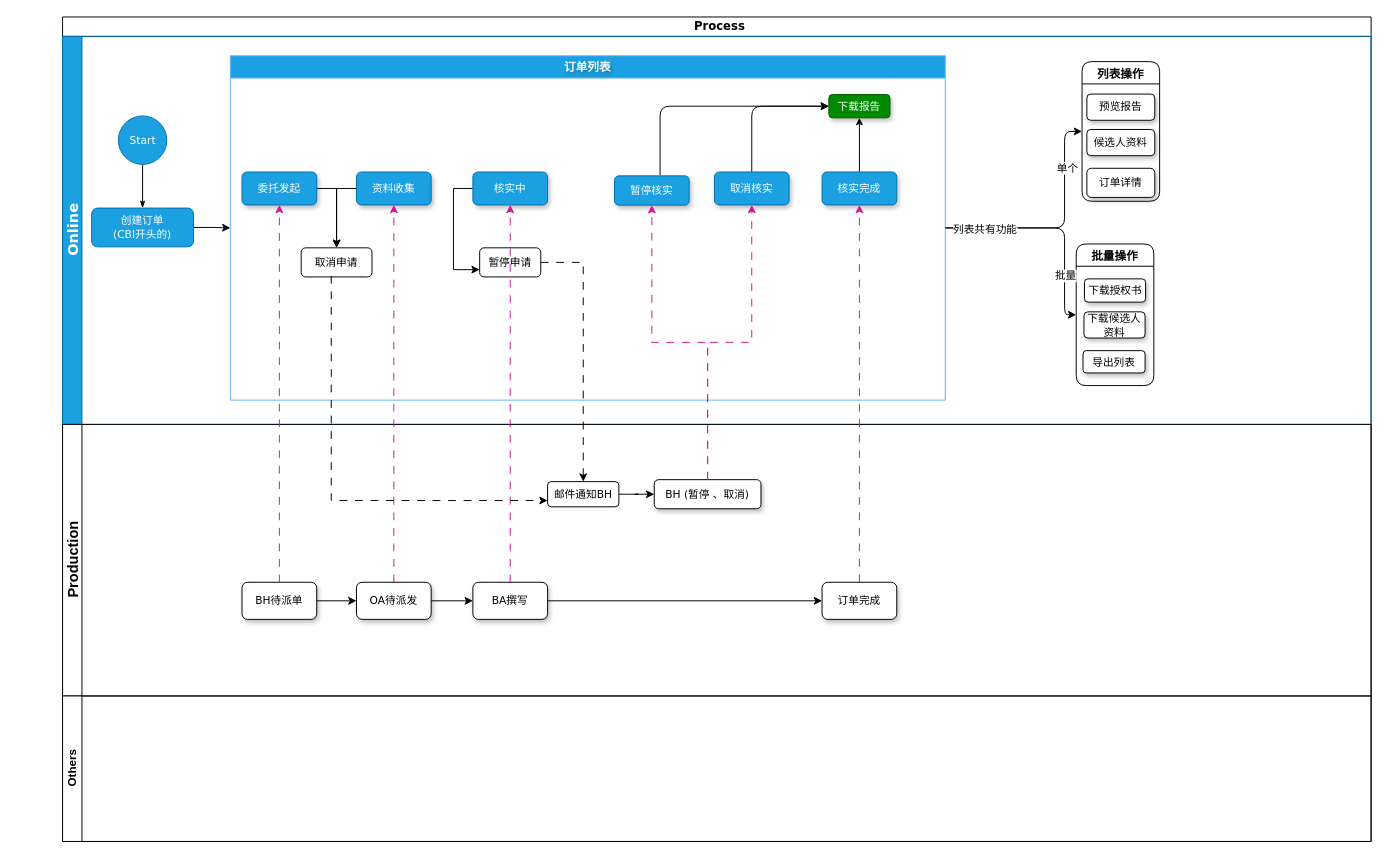
The draw.io diagram 3.drawio in romon-liangbo/draw, before the edit. Source tidied: cells renumbered, new cells numbered last; positions are measured from the earlier drawing's top-left corner, leaving out a move shared by most shapes. Both pictures are drawn from the tidied source at 97%, with x=0, y=0 at pixel (62, 16).
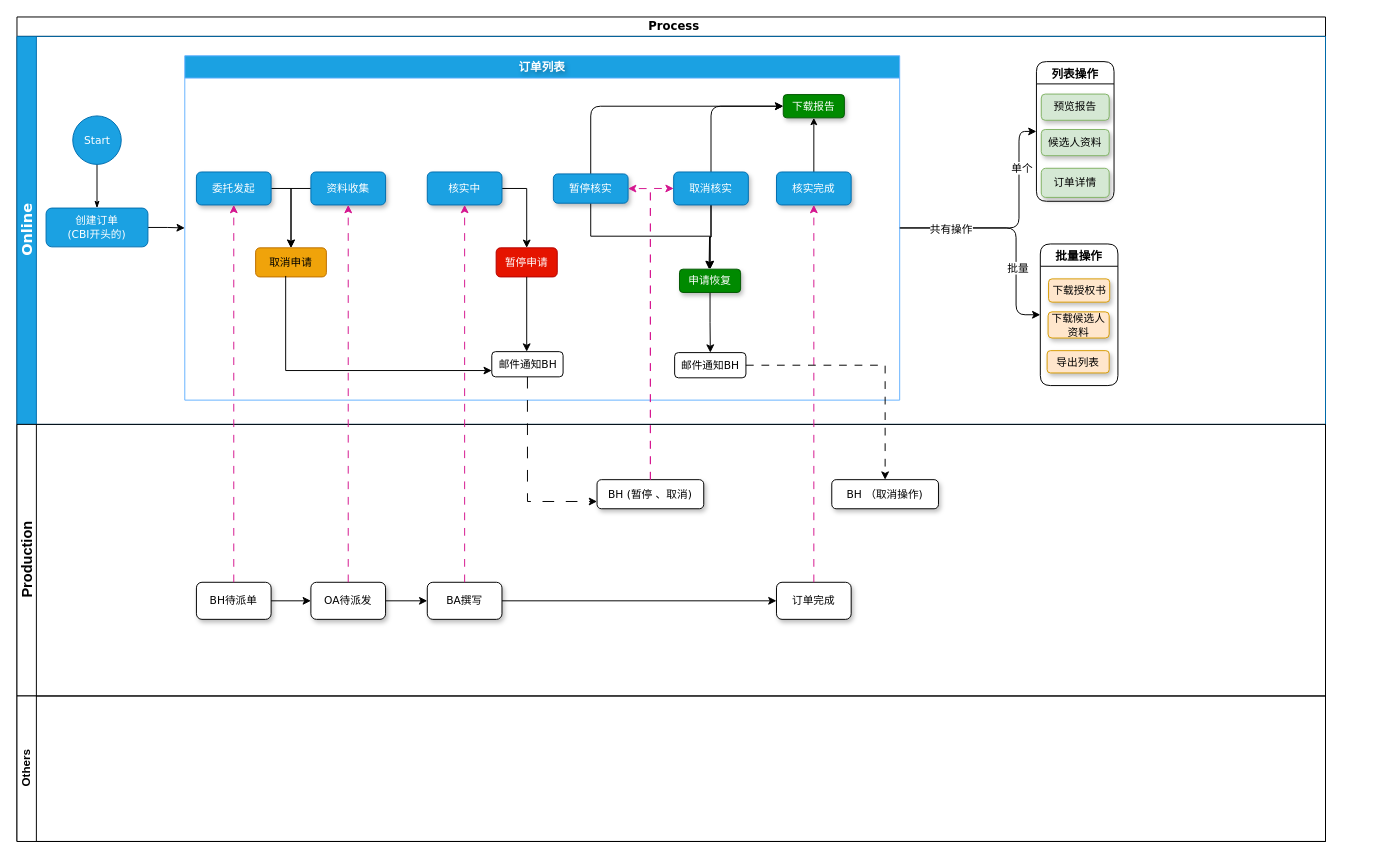
The same diagram, later.

Unchanged cells that the change refers to:
```xml
<mxCell id="4" value="&lt;p style=&quot;line-height: 100%;&quot;&gt;列表操作&lt;/p&gt;" style="swimlane;whiteSpace=wrap;html=1;rounded=1;shadow=0;" parent="3" vertex="1">
  <mxGeometry x="1051" y="26" width="80" height="144" as="geometry" />
</mxCell>
<mxCell id="14" value="订单列表" style="swimlane;whiteSpace=wrap;fillColor=#1ba1e2;strokeColor=#66B2FF;fontColor=#ffffff;labelBackgroundColor=none;textShadow=1;html=1;perimeterSpacing=0;" parent="3" vertex="1">
  <mxGeometry x="173" y="20" width="737" height="355" as="geometry" />
</mxCell>
<mxCell id="20" value="核实中" style="rounded=1;whiteSpace=wrap;html=1;shadow=1;labelBackgroundColor=none;strokeWidth=1;fontFamily=Verdana;fontSize=11;align=center;fillColor=#1ba1e2;fontColor=#ffffff;strokeColor=#006EAF;" parent="14" vertex="1">
  <mxGeometry x="250" y="119.8" width="77" height="34" as="geometry" />
</mxCell>
<mxCell id="29" value="下载报告" style="rounded=1;whiteSpace=wrap;html=1;shadow=1;labelBackgroundColor=none;strokeWidth=1;fontFamily=Verdana;fontSize=11;align=center;fillColor=#008a00;strokeColor=#005700;fontColor=#ffffff;" parent="14" vertex="1">
  <mxGeometry x="617" y="40" width="63" height="24" as="geometry" />
</mxCell>
<mxCell id="30" value="&lt;font style=&quot;font-size: 15px;&quot;&gt;Production&lt;/font&gt;" style="swimlane;html=1;startSize=20;horizontal=0;" parent="2" vertex="1">
  <mxGeometry y="420" width="1349" height="280" as="geometry" />
</mxCell>
```

The edit, as a diff of the source:
```diff
@@
     <mxCell id="2" value="&amp;nbsp;Process" style="swimlane;html=1;horizontal=1;startSize=20;rounded=0;shadow=0;labelBackgroundColor=default;strokeWidth=1;fontFamily=Verdana;fontSize=12;align=center;" parent="1" vertex="1">
-      <mxGeometry width="1349" height="850" as="geometry" />
+      <mxGeometry x="-47" width="1349" height="850" as="geometry" />
     </mxCell>
-    <mxCell id="3" value="&lt;font face=&quot;Verdana&quot; style=&quot;font-size: 15px;&quot;&gt;&lt;b style=&quot;&quot;&gt;Online&lt;/b&gt;&lt;/font&gt;" style="swimlane;html=1;startSize=20;horizontal=0;fontSize=12;fontStyle=0;fillColor=#1ba1e2;strokeColor=#006EAF;fontColor=#ffffff;fillStyle=auto;" parent="2" vertex="1">
+    <mxCell id="3" value="&lt;font face=&quot;Verdana&quot; style=&quot;font-size: 15px;&quot;&gt;&lt;b style=&quot;&quot;&gt;Online&lt;/b&gt;&lt;/font&gt;" style="swimlane;html=1;startSize=20;horizontal=0;fontSize=12;fontStyle=0;fillColor=#1ba1e2;strokeColor=#006EAF;fontColor=#ffffff;fillStyle=auto;rounded=0;" parent="2" vertex="1">
       <mxGeometry y="20" width="1349" height="400" as="geometry" />
     </mxCell>
@@
-    <mxCell id="5" value="&lt;p style=&quot;line-height: 110%;&quot;&gt;预览报告&lt;/p&gt;" style="rounded=1;whiteSpace=wrap;html=1;shadow=1;labelBackgroundColor=none;strokeWidth=1;fontFamily=Verdana;fontSize=11;align=center;" parent="4" vertex="1">
+    <mxCell id="5" value="&lt;p style=&quot;line-height: 110%;&quot;&gt;预览报告&lt;/p&gt;" style="rounded=1;whiteSpace=wrap;html=1;shadow=1;labelBackgroundColor=none;strokeWidth=1;fontFamily=Verdana;fontSize=11;align=center;fillColor=#d5e8d4;strokeColor=#82b366;" parent="4" vertex="1">
       <mxGeometry x="5" y="33.5" width="70" height="27" as="geometry" />
     </mxCell>
-    <mxCell id="6" value="候选人资料" style="rounded=1;whiteSpace=wrap;html=1;shadow=1;labelBackgroundColor=none;strokeWidth=1;fontFamily=Verdana;fontSize=11;align=center;" parent="4" vertex="1">
+    <mxCell id="6" value="候选人资料" style="rounded=1;whiteSpace=wrap;html=1;shadow=1;labelBackgroundColor=none;strokeWidth=1;fontFamily=Verdana;fontSize=11;align=center;fillColor=#d5e8d4;strokeColor=#82b366;" parent="4" vertex="1">
       <mxGeometry x="5" y="70" width="70" height="27" as="geometry" />
     </mxCell>
-    <mxCell id="7" value="&lt;p style=&quot;line-height: 100%;&quot;&gt;订单详情&lt;/p&gt;" style="rounded=1;whiteSpace=wrap;html=1;shadow=1;labelBackgroundColor=none;strokeWidth=1;fontFamily=Verdana;fontSize=11;align=center;" parent="4" vertex="1">
+    <mxCell id="7" value="&lt;p style=&quot;line-height: 100%;&quot;&gt;订单详情&lt;/p&gt;" style="rounded=1;whiteSpace=wrap;html=1;shadow=1;labelBackgroundColor=none;strokeWidth=1;fontFamily=Verdana;fontSize=11;align=center;fillColor=#d5e8d4;strokeColor=#82b366;" parent="4" vertex="1">
       <mxGeometry x="5" y="110" width="70" height="30" as="geometry" />
     </mxCell>
@@
-    <mxCell id="19" style="edgeStyle=orthogonalEdgeStyle;rounded=0;jettySize=auto;html=1;entryX=0;entryY=0.75;entryDx=0;entryDy=0;exitX=0;exitY=0.5;exitDx=0;exitDy=0;" parent="14" edge="1" source="20" target="28">
-      <mxGeometry relative="1" as="geometry">
-        <Array as="points">
-          <mxPoint x="230" y="137" />
-          <mxPoint x="230" y="221" />
-        </Array>
-      </mxGeometry>
+    <mxCell id="19" style="edgeStyle=orthogonalEdgeStyle;rounded=0;jettySize=auto;html=1;exitX=1;exitY=0.5;exitDx=0;exitDy=0;" parent="14" edge="1" source="20" target="28">
+      <mxGeometry relative="1" as="geometry" />
     </mxCell>
@@
-    <mxCell id="21" style="edgeStyle=orthogonalEdgeStyle;rounded=1;jettySize=auto;html=1;entryX=0;entryY=0.5;entryDx=0;entryDy=0;exitX=0.61;exitY=-0.025;exitDx=0;exitDy=0;exitPerimeter=0;curved=0;" parent="14" edge="1" source="22" target="29">
+    <mxCell id="21" style="edgeStyle=orthogonalEdgeStyle;rounded=1;jettySize=auto;html=1;entryX=0;entryY=0.5;entryDx=0;entryDy=0;curved=0;exitX=0.5;exitY=0;exitDx=0;exitDy=0;" parent="14" edge="1" source="22" target="29">
       <mxGeometry relative="1" as="geometry" />
     </mxCell>
+    <mxCell id="57" style="edgeStyle=orthogonalEdgeStyle;rounded=0;jettySize=auto;html=1;entryX=0.5;entryY=0;entryDx=0;entryDy=0;exitX=0.5;exitY=1;exitDx=0;exitDy=0;" parent="14" edge="1" source="22" target="62">
+      <mxGeometry relative="1" as="geometry" />
+    </mxCell>
     <mxCell id="22" value="暂停核实" style="rounded=1;whiteSpace=wrap;html=1;shadow=1;labelBackgroundColor=none;strokeWidth=1;fontFamily=Verdana;fontSize=11;align=center;fillColor=#1ba1e2;fontColor=#ffffff;strokeColor=#006EAF;" parent="14" vertex="1">
-      <mxGeometry x="396" y="123.8" width="77" height="30.2" as="geometry" />
+      <mxGeometry x="380" y="121.8" width="77" height="30.2" as="geometry" />
     </mxCell>
@@
+    <mxCell id="58" style="edgeStyle=orthogonalEdgeStyle;rounded=0;jettySize=auto;html=1;" parent="14" edge="1" source="24">
+      <mxGeometry relative="1" as="geometry">
+        <mxPoint x="540.5" y="220" as="targetPoint" />
+      </mxGeometry>
+    </mxCell>
+    <mxCell id="59" style="edgeStyle=orthogonalEdgeStyle;rounded=0;jettySize=auto;html=1;entryX=0.5;entryY=0;entryDx=0;entryDy=0;" parent="14" edge="1" source="24" target="62">
+      <mxGeometry relative="1" as="geometry" />
+    </mxCell>
     <mxCell id="24" value="取消核实" style="rounded=1;whiteSpace=wrap;html=1;shadow=1;labelBackgroundColor=none;strokeWidth=1;fontFamily=Verdana;fontSize=11;align=center;fillColor=#1ba1e2;fontColor=#ffffff;strokeColor=#006EAF;" parent="14" vertex="1">
-      <mxGeometry x="499" y="119.8" width="77" height="34" as="geometry" />
+      <mxGeometry x="504" y="119.8" width="77" height="34" as="geometry" />
     </mxCell>
@@
-    <mxCell id="27" value="取消申请" style="rounded=1;whiteSpace=wrap;html=1;shadow=0;labelBackgroundColor=none;strokeWidth=1;fontFamily=Verdana;fontSize=11;align=center;glass=0;" parent="14" vertex="1">
+    <mxCell id="27" value="取消申请" style="rounded=1;whiteSpace=wrap;html=1;shadow=0;labelBackgroundColor=none;strokeWidth=1;fontFamily=Verdana;fontSize=11;align=center;glass=0;fillColor=#f0a30a;fontColor=#000000;strokeColor=#BD7000;" parent="14" vertex="1">
       <mxGeometry x="73" y="198" width="73" height="30" as="geometry" />
     </mxCell>
-    <mxCell id="28" value="暂停申请" style="rounded=1;whiteSpace=wrap;html=1;shadow=0;labelBackgroundColor=none;strokeWidth=1;fontFamily=Verdana;fontSize=11;align=center;" parent="14" vertex="1">
-      <mxGeometry x="257" y="198" width="63" height="30" as="geometry" />
+    <mxCell id="28" value="暂停申请" style="rounded=1;whiteSpace=wrap;html=1;shadow=0;labelBackgroundColor=none;strokeWidth=1;fontFamily=Verdana;fontSize=11;align=center;fillColor=#e51400;fontColor=#ffffff;strokeColor=#B20000;" parent="14" vertex="1">
+      <mxGeometry x="321" y="198" width="63" height="30" as="geometry" />
     </mxCell>
@@
+    <mxCell id="60" value="邮件通知BH" style="whiteSpace=wrap;html=1;fontSize=11;fontFamily=Verdana;rounded=1;shadow=0;labelBackgroundColor=none;strokeWidth=1;glass=0;" parent="14" vertex="1">
+      <mxGeometry x="505" y="306" width="73.5" height="26" as="geometry" />
+    </mxCell>
+    <mxCell id="35" value="邮件通知BH" style="whiteSpace=wrap;html=1;fontSize=11;fontFamily=Verdana;rounded=1;shadow=0;labelBackgroundColor=none;strokeWidth=1;glass=0;" parent="14" vertex="1">
+      <mxGeometry x="316.5" y="305" width="73.5" height="26" as="geometry" />
+    </mxCell>
+    <mxCell id="47" style="edgeStyle=orthogonalEdgeStyle;rounded=0;jettySize=auto;html=1;" parent="14" edge="1" source="28" target="35">
+      <mxGeometry relative="1" as="geometry">
+        <Array as="points">
+          <mxPoint x="350" y="213" />
+        </Array>
+      </mxGeometry>
+    </mxCell>
+    <mxCell id="46" style="edgeStyle=orthogonalEdgeStyle;rounded=0;jettySize=auto;html=1;entryX=0;entryY=0.75;entryDx=0;entryDy=0;exitX=0.425;exitY=0.967;exitDx=0;exitDy=0;exitPerimeter=0;" parent="14" edge="1" source="27" target="35">
+      <mxGeometry relative="1" as="geometry" />
+    </mxCell>
+    <mxCell id="61" style="edgeStyle=orthogonalEdgeStyle;rounded=0;jettySize=auto;html=1;" parent="14" edge="1" source="62" target="60">
+      <mxGeometry relative="1" as="geometry" />
+    </mxCell>
+    <mxCell id="62" value="申请恢复" style="rounded=1;whiteSpace=wrap;html=1;shadow=1;labelBackgroundColor=none;strokeWidth=1;fontFamily=Verdana;fontSize=11;align=center;fillColor=#008a00;strokeColor=#005700;fontColor=#ffffff;" parent="14" vertex="1">
+      <mxGeometry x="510" y="220" width="63" height="24" as="geometry" />
+    </mxCell>
@@
     <mxCell id="33" value="BH (暂停 、取消)" style="rounded=1;whiteSpace=wrap;html=1;shadow=1;labelBackgroundColor=none;strokeWidth=1;fontFamily=Verdana;fontSize=11;align=center;" parent="30" vertex="1">
-      <mxGeometry x="610" y="57" width="110" height="30" as="geometry" />
+      <mxGeometry x="598" y="57" width="110" height="30" as="geometry" />
     </mxCell>
-    <mxCell id="34" style="edgeStyle=orthogonalEdgeStyle;rounded=0;jettySize=auto;html=1;" parent="30" edge="1" source="35" target="33">
-      <mxGeometry relative="1" as="geometry" />
-    </mxCell>
-    <mxCell id="35" value="邮件通知BH" style="whiteSpace=wrap;html=1;fontSize=11;fontFamily=Verdana;rounded=1;shadow=0;labelBackgroundColor=none;strokeWidth=1;glass=0;" parent="30" vertex="1">
-      <mxGeometry x="500" y="59" width="73.5" height="26" as="geometry" />
-    </mxCell>
+    <mxCell id="63" value="BH （取消操作)" style="rounded=1;whiteSpace=wrap;html=1;shadow=1;labelBackgroundColor=none;strokeWidth=1;fontFamily=Verdana;fontSize=11;align=center;" parent="30" vertex="1">
+      <mxGeometry x="840" y="57" width="110" height="30" as="geometry" />
+    </mxCell>
@@
-    <mxCell id="46" style="edgeStyle=orthogonalEdgeStyle;rounded=0;jettySize=auto;html=1;entryX=0;entryY=0.75;entryDx=0;entryDy=0;exitX=0.425;exitY=0.967;exitDx=0;exitDy=0;exitPerimeter=0;dashed=1;dashPattern=8 8;" parent="2" edge="1" source="27" target="35">
-      <mxGeometry relative="1" as="geometry" />
-    </mxCell>
-    <mxCell id="47" style="edgeStyle=orthogonalEdgeStyle;rounded=0;jettySize=auto;html=1;dashed=1;dashPattern=8 8;" parent="2" edge="1" source="28" target="35">
-      <mxGeometry relative="1" as="geometry" />
-    </mxCell>
-    <mxCell id="48" style="edgeStyle=orthogonalEdgeStyle;rounded=0;jettySize=auto;html=1;strokeColor=#d5158f;dashed=1;dashPattern=8 8;fillColor=#f8cecc;align=center;verticalAlign=middle;fontFamily=Helvetica;fontSize=11;fontColor=default;labelBackgroundColor=default;endArrow=classic;entryX=0.5;entryY=1;entryDx=0;entryDy=0;" parent="2" edge="1" source="33" target="24">
+    <mxCell id="48" style="edgeStyle=orthogonalEdgeStyle;rounded=0;jettySize=auto;html=1;strokeColor=#d5158f;dashed=1;dashPattern=8 8;fillColor=#f8cecc;align=center;verticalAlign=middle;fontFamily=Helvetica;fontSize=11;fontColor=default;labelBackgroundColor=default;endArrow=classic;entryX=0;entryY=0.5;entryDx=0;entryDy=0;" parent="2" edge="1" source="33" target="24">
       <mxGeometry relative="1" as="geometry" />
     </mxCell>
-    <mxCell id="49" style="edgeStyle=orthogonalEdgeStyle;rounded=0;jettySize=auto;html=1;dashed=1;dashPattern=8 8;strokeColor=#d5158f;align=center;verticalAlign=middle;fontFamily=Helvetica;fontSize=11;fontColor=default;labelBackgroundColor=default;endArrow=classic;exitX=0.5;exitY=0;exitDx=0;exitDy=0;entryX=0.5;entryY=1;entryDx=0;entryDy=0;" parent="2" edge="1" source="33" target="22">
+    <mxCell id="49" style="edgeStyle=orthogonalEdgeStyle;rounded=0;jettySize=auto;html=1;dashed=1;dashPattern=8 8;strokeColor=#d5158f;align=center;verticalAlign=middle;fontFamily=Helvetica;fontSize=11;fontColor=default;labelBackgroundColor=default;endArrow=classic;exitX=0.5;exitY=0;exitDx=0;exitDy=0;entryX=1;entryY=0.5;entryDx=0;entryDy=0;" parent="2" edge="1" source="33" target="22">
       <mxGeometry relative="1" as="geometry" />
     </mxCell>
+    <mxCell id="34" style="edgeStyle=orthogonalEdgeStyle;rounded=0;jettySize=auto;html=1;entryX=0;entryY=0.75;entryDx=0;entryDy=0;exitX=0.5;exitY=1;exitDx=0;exitDy=0;dashed=1;dashPattern=12 12;" parent="2" edge="1" source="35" target="33">
+      <mxGeometry relative="1" as="geometry" />
+    </mxCell>
+    <mxCell id="64" style="edgeStyle=orthogonalEdgeStyle;rounded=0;jettySize=auto;html=1;dashed=1;dashPattern=8 8;" parent="2" edge="1" source="60" target="63">
+      <mxGeometry relative="1" as="geometry" />
+    </mxCell>
     <mxCell id="50" value="&lt;p style=&quot;line-height: 100%;&quot;&gt;批量操作&lt;/p&gt;" style="swimlane;whiteSpace=wrap;html=1;startSize=23;rounded=1;shadow=0;" parent="1" vertex="1">
-      <mxGeometry x="1045" y="234" width="80" height="146" as="geometry" />
+      <mxGeometry x="1008" y="234" width="80" height="146" as="geometry" />
     </mxCell>
-    <mxCell id="51" value="下载候选人资料" style="rounded=1;whiteSpace=wrap;html=1;shadow=1;labelBackgroundColor=none;strokeWidth=1;fontFamily=Verdana;fontSize=11;align=center;" parent="50" vertex="1">
+    <mxCell id="51" value="下载候选人资料" style="rounded=1;whiteSpace=wrap;html=1;shadow=1;labelBackgroundColor=none;strokeWidth=1;fontFamily=Verdana;fontSize=11;align=center;fillColor=#ffe6cc;strokeColor=#d79b00;" parent="50" vertex="1">
       <mxGeometry x="8" y="70" width="63" height="27" as="geometry" />
     </mxCell>
-    <mxCell id="52" value="&lt;p style=&quot;line-height: 100%;&quot;&gt;导出列表&lt;/p&gt;" style="rounded=1;whiteSpace=wrap;html=1;shadow=1;labelBackgroundColor=none;strokeWidth=1;fontFamily=Verdana;fontSize=11;align=center;" parent="50" vertex="1">
+    <mxCell id="52" value="&lt;p style=&quot;line-height: 100%;&quot;&gt;导出列表&lt;/p&gt;" style="rounded=1;whiteSpace=wrap;html=1;shadow=1;labelBackgroundColor=none;strokeWidth=1;fontFamily=Verdana;fontSize=11;align=center;fillColor=#ffe6cc;strokeColor=#d79b00;" parent="50" vertex="1">
       <mxGeometry x="7" y="110" width="64" height="23" as="geometry" />
     </mxCell>
-    <mxCell id="53" value="&lt;p style=&quot;line-height: 100%;&quot;&gt;下载授权书&lt;/p&gt;" style="rounded=1;whiteSpace=wrap;html=1;shadow=1;labelBackgroundColor=none;strokeWidth=1;fontFamily=Verdana;fontSize=11;align=center;" parent="50" vertex="1">
+    <mxCell id="53" value="&lt;p style=&quot;line-height: 100%;&quot;&gt;下载授权书&lt;/p&gt;" style="rounded=1;whiteSpace=wrap;html=1;shadow=1;labelBackgroundColor=none;strokeWidth=1;fontFamily=Verdana;fontSize=11;align=center;fillColor=#ffe6cc;strokeColor=#d79b00;" parent="50" vertex="1">
       <mxGeometry x="8.5" y="36" width="63" height="24" as="geometry" />
     </mxCell>
     <mxCell id="54" style="edgeStyle=orthogonalEdgeStyle;rounded=1;jettySize=auto;html=1;entryX=0;entryY=0.5;entryDx=0;entryDy=0;curved=0;" parent="1" edge="1" source="14" target="50">
       <mxGeometry relative="1" as="geometry">
         <Array as="points">
-          <mxPoint x="1033" y="218" />
-          <mxPoint x="1033" y="307" />
+          <mxPoint x="983" y="218" />
+          <mxPoint x="983" y="307" />
         </Array>
       </mxGeometry>
     </mxCell>
-    <mxCell id="55" value="列表共有功能" style="edgeLabel;html=1;align=center;verticalAlign=middle;" parent="54" vertex="1">
-      <mxGeometry x="-0.64" relative="1" as="geometry">
-        <mxPoint y="1" as="offset" />
-      </mxGeometry>
-    </mxCell>
     <mxCell id="56" value="批量" style="edgeLabel;html=1;align=center;verticalAlign=middle;" parent="54" vertex="1">
-      <mxGeometry x="0.53" y="-1" relative="1" as="geometry">
-        <mxPoint x="1" as="offset" />
-      </mxGeometry>
+      <mxGeometry x="0.37" y="1" relative="1" as="geometry" />
     </mxCell>
+    <mxCell id="65" value="共有操作" style="edgeLabel;html=1;align=center;verticalAlign=middle;" parent="54" vertex="1">
+      <mxGeometry x="-0.56" relative="1" as="geometry">
+        <mxPoint y="1" as="offset" />
+      </mxGeometry>
+    </mxCell>
```
